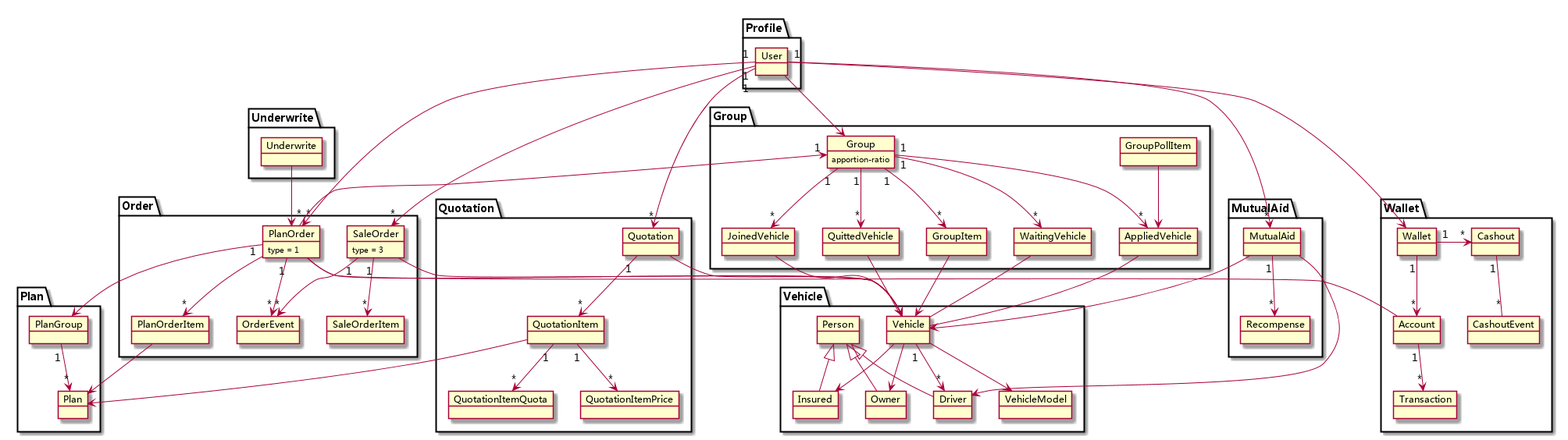
The PlantUML diagram img/models.png in titan/hive-mockserver, before a commit.
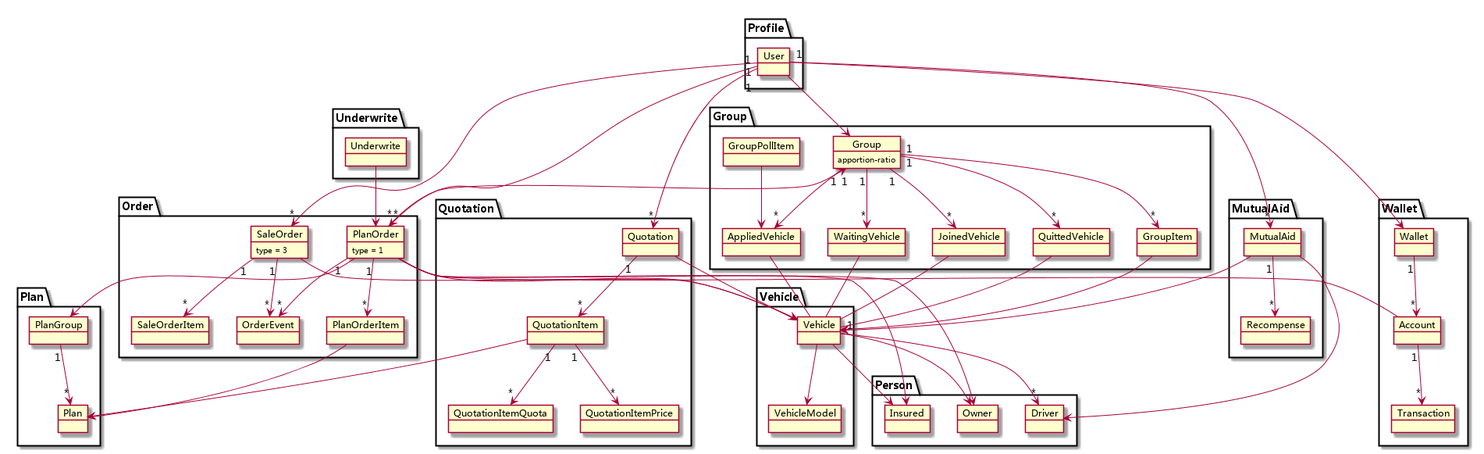
After the commit.

What changed in the source:
```diff
@@ -18,12 +18,13 @@
   object Plan
 }
 package Vehicle {
-  object Person
+  object Vehicle
+  object VehicleModel
+}
+package Person {
   object Driver
   object Owner
   object Insured
-  object Vehicle
-  object VehicleModel
 }
 package MutualAid {
   object MutualAid
@@ -33,8 +34,6 @@
   object Wallet
   object Transaction
   object Account
-  object Cashout
-  object CashoutEvent
 }
 package Order {
   object PlanOrder {
@@ -92,19 +91,17 @@
 
 User "1" --> "*" MutualAid
 
-Person <|-- Driver
-Person <|-- Owner
-Person <|-- Insured
 Vehicle --> VehicleModel
-Vehicle "1" --> "*" Driver
-Vehicle --> Owner
-Vehicle --> Insured
+Vehicle "1" -> "*" Driver
+Vehicle -> Owner
+Vehicle -> Insured
 
 Wallet "1" --> "*" Account
 Account "1" --> "*" Transaction
-Wallet "1" -> "*" Cashout
 
 PlanOrder - Account
+PlanOrder -> Owner
+PlanOrder -> Insured
 
 MutualAid -> Driver
 MutualAid -> Vehicle
@@ -119,6 +116,4 @@
 
 Underwrite -> PlanOrder
 
-Cashout "1" -- "*" CashoutEvent
-
 @enduml
```
